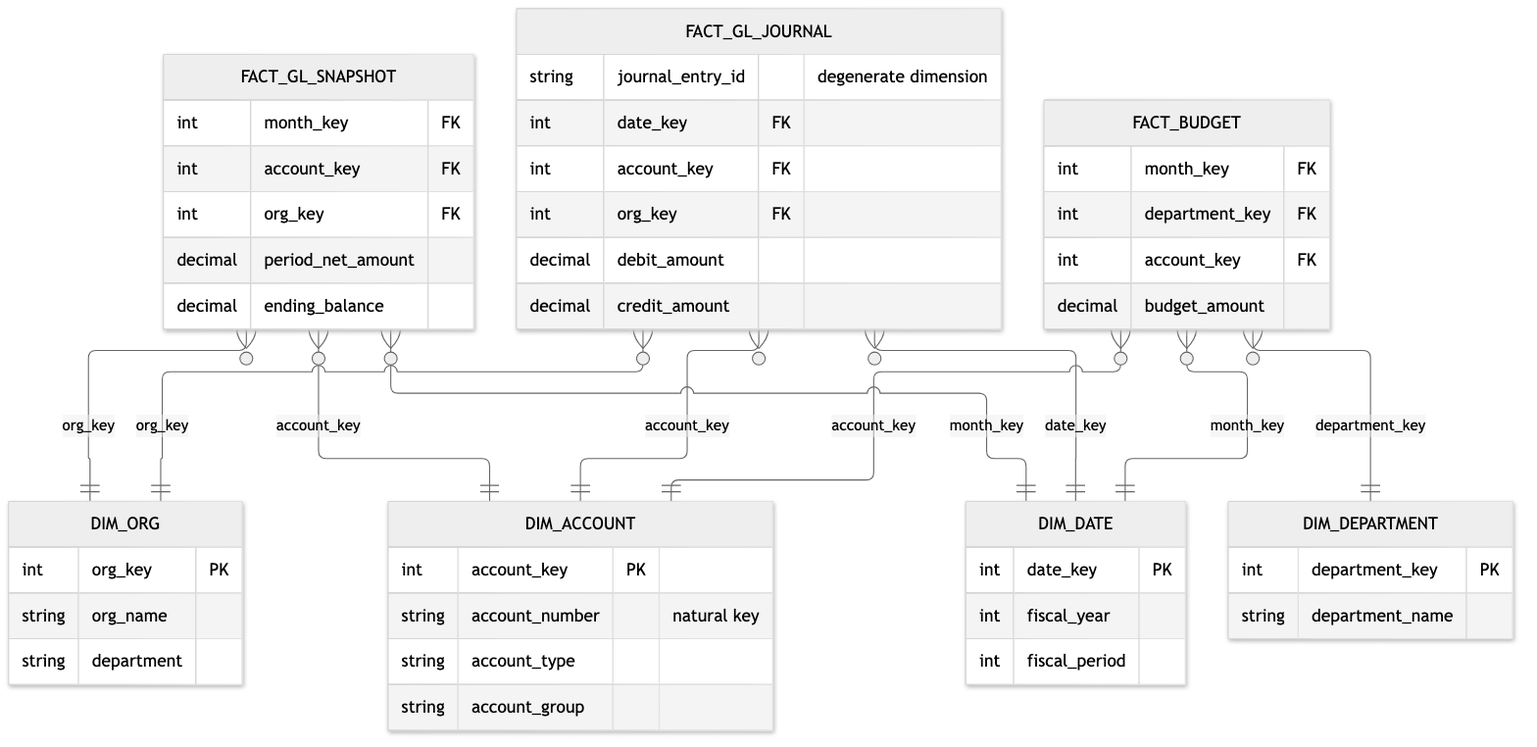
Earlier version of the Mermaid export public/assets/data-warehouse-toolkit/ch07-gl-star.png (surfalytics/dataengineer_ru). Its source is kept beside it as scripts/kimball-diagrams/src/ch07-gl-star.mmd. Its diagram source:
```mermaid
erDiagram
  FACT_GL_JOURNAL }o--|| DIM_DATE : "date_key"
  FACT_GL_JOURNAL }o--|| DIM_ACCOUNT : "account_key"
  FACT_GL_JOURNAL }o--|| DIM_ORG : "org_key"
  FACT_GL_SNAPSHOT }o--|| DIM_DATE : "month_key"
  FACT_GL_SNAPSHOT }o--|| DIM_ACCOUNT : "account_key"
  FACT_GL_SNAPSHOT }o--|| DIM_ORG : "org_key"
  FACT_BUDGET }o--|| DIM_DATE : "month_key"
  FACT_BUDGET }o--|| DIM_ACCOUNT : "account_key"
  FACT_BUDGET }o--|| DIM_DEPARTMENT : "department_key"
  FACT_GL_JOURNAL {
    string journal_entry_id "degenerate dimension"
    int date_key FK
    int account_key FK
    int org_key FK
    decimal debit_amount
    decimal credit_amount
  }
  FACT_GL_SNAPSHOT {
    int month_key FK
    int account_key FK
    int org_key FK
    decimal period_net_amount
    decimal ending_balance
  }
  FACT_BUDGET {
    int month_key FK
    int department_key FK
    int account_key FK
    decimal budget_amount
  }
  DIM_ACCOUNT {
    int account_key PK
    string account_number "natural key"
    string account_type
    string account_group
  }
  DIM_ORG {
    int org_key PK
    string org_name
    string department
  }
  DIM_DEPARTMENT {
    int department_key PK
    string department_name
  }
  DIM_DATE {
    int date_key PK
    int fiscal_year
    int fiscal_period
  }
```
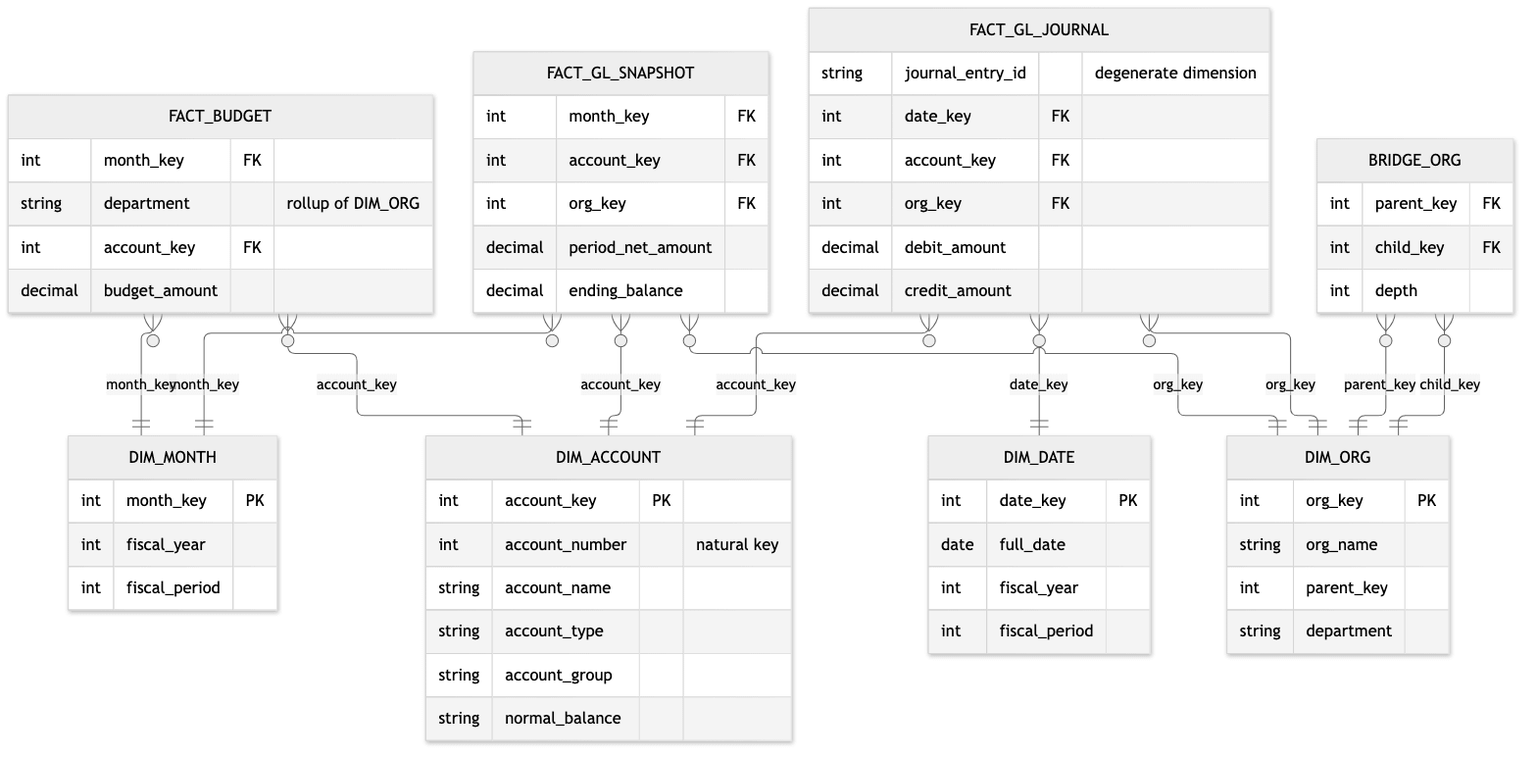
Later version of the same file.

Change to the diagram source:
```diff
@@ -2,12 +2,13 @@
   FACT_GL_JOURNAL }o--|| DIM_DATE : "date_key"
   FACT_GL_JOURNAL }o--|| DIM_ACCOUNT : "account_key"
   FACT_GL_JOURNAL }o--|| DIM_ORG : "org_key"
-  FACT_GL_SNAPSHOT }o--|| DIM_DATE : "month_key"
+  FACT_GL_SNAPSHOT }o--|| DIM_MONTH : "month_key"
   FACT_GL_SNAPSHOT }o--|| DIM_ACCOUNT : "account_key"
   FACT_GL_SNAPSHOT }o--|| DIM_ORG : "org_key"
-  FACT_BUDGET }o--|| DIM_DATE : "month_key"
+  FACT_BUDGET }o--|| DIM_MONTH : "month_key"
   FACT_BUDGET }o--|| DIM_ACCOUNT : "account_key"
-  FACT_BUDGET }o--|| DIM_DEPARTMENT : "department_key"
+  BRIDGE_ORG }o--|| DIM_ORG : "parent_key"
+  BRIDGE_ORG }o--|| DIM_ORG : "child_key"
   FACT_GL_JOURNAL {
     string journal_entry_id "degenerate dimension"
     int date_key FK
@@ -25,27 +26,37 @@
   }
   FACT_BUDGET {
     int month_key FK
-    int department_key FK
+    string department "rollup of DIM_ORG"
     int account_key FK
     decimal budget_amount
   }
   DIM_ACCOUNT {
     int account_key PK
-    string account_number "natural key"
+    int account_number "natural key"
+    string account_name
     string account_type
     string account_group
+    string normal_balance
   }
   DIM_ORG {
     int org_key PK
     string org_name
+    int parent_key
     string department
   }
-  DIM_DEPARTMENT {
-    int department_key PK
-    string department_name
+  BRIDGE_ORG {
+    int parent_key FK
+    int child_key FK
+    int depth
+  }
+  DIM_MONTH {
+    int month_key PK
+    int fiscal_year
+    int fiscal_period
   }
   DIM_DATE {
     int date_key PK
+    date full_date
     int fiscal_year
     int fiscal_period
   }
```
